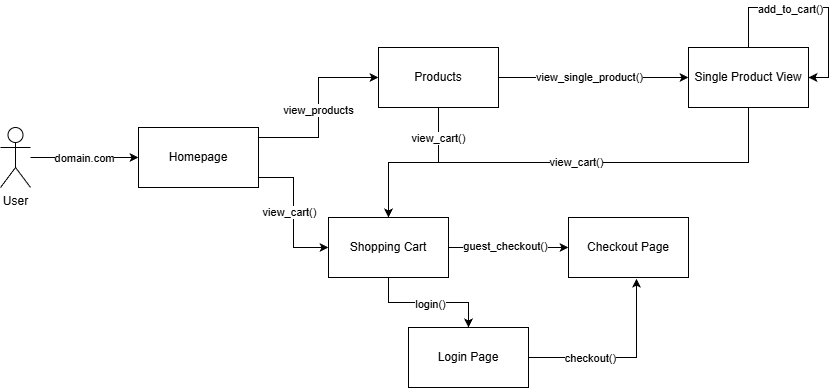
ALcsuf/362-Activity1 keeps this draw.io diagram as tied.drawio.png. Above is the earlier version. Source tidied: cells renumbered, new cells last; positions are measured from the earlier drawing's top-left corner, leaving out a move shared by most shapes. The source it was exported from:
```xml
<mxGraphModel>
  <root>
    <mxCell id="0" />
    <mxCell id="1" parent="0" />
    <mxCell id="2" style="edgeStyle=orthogonalEdgeStyle;rounded=0;jettySize=auto;html=1;entryX=0;entryY=0.5;entryDx=0;entryDy=0;" parent="1" edge="1" source="4" target="14">
      <mxGeometry relative="1" as="geometry" />
    </mxCell>
    <mxCell id="3" value="domain.com" style="edgeLabel;html=1;align=center;verticalAlign=middle;" parent="2" vertex="1">
      <mxGeometry x="-0.02" y="-4" relative="1" as="geometry">
        <mxPoint y="-4" as="offset" />
      </mxGeometry>
    </mxCell>
    <mxCell id="4" value="User" style="shape=umlActor;verticalLabelPosition=bottom;verticalAlign=top;html=1;outlineConnect=0;" parent="1" vertex="1">
      <mxGeometry y="120" width="30" height="60" as="geometry" />
    </mxCell>
    <mxCell id="5" style="edgeStyle=orthogonalEdgeStyle;rounded=0;jettySize=auto;html=1;entryX=0;entryY=0.5;entryDx=0;entryDy=0;" parent="1" edge="1" source="14" target="11">
      <mxGeometry relative="1" as="geometry">
        <Array as="points">
          <mxPoint x="318" y="130" />
          <mxPoint x="318" y="70" />
        </Array>
      </mxGeometry>
    </mxCell>
    <mxCell id="6" value="view_products" style="edgeLabel;html=1;align=center;verticalAlign=middle;" parent="5" vertex="1">
      <mxGeometry x="-0.02" y="1" relative="1" as="geometry" />
    </mxCell>
    <mxCell id="7" style="edgeStyle=orthogonalEdgeStyle;rounded=0;jettySize=auto;html=1;entryX=0;entryY=0.5;entryDx=0;entryDy=0;" parent="1" edge="1" source="11" target="19">
      <mxGeometry relative="1" as="geometry" />
    </mxCell>
    <mxCell id="8" value="view_single_product()" style="edgeLabel;html=1;align=center;verticalAlign=middle;" parent="7" vertex="1">
      <mxGeometry x="-0.05" y="1" relative="1" as="geometry" />
    </mxCell>
    <mxCell id="9" style="edgeStyle=orthogonalEdgeStyle;rounded=0;jettySize=auto;html=1;exitX=0.5;exitY=1;exitDx=0;exitDy=0;entryX=0.5;entryY=0;entryDx=0;entryDy=0;" parent="1" edge="1" source="11" target="24">
      <mxGeometry relative="1" as="geometry" />
    </mxCell>
    <mxCell id="10" value="view_cart()" style="edgeLabel;html=1;align=center;verticalAlign=middle;" parent="9" vertex="1">
      <mxGeometry x="-0.62" y="-1" relative="1" as="geometry" />
    </mxCell>
    <mxCell id="11" value="Products" style="rounded=0;whiteSpace=wrap;html=1;" parent="1" vertex="1">
      <mxGeometry x="378" y="40" width="120" height="60" as="geometry" />
    </mxCell>
    <mxCell id="12" style="edgeStyle=orthogonalEdgeStyle;rounded=0;jettySize=auto;html=1;entryX=0;entryY=0.5;entryDx=0;entryDy=0;" parent="1" edge="1" source="14" target="24">
      <mxGeometry relative="1" as="geometry">
        <Array as="points">
          <mxPoint x="293" y="170" />
          <mxPoint x="293" y="240" />
        </Array>
      </mxGeometry>
    </mxCell>
    <mxCell id="13" value="view_cart()" style="edgeLabel;html=1;align=center;verticalAlign=middle;" parent="12" vertex="1">
      <mxGeometry x="-0.02" y="-5" relative="1" as="geometry" />
    </mxCell>
    <mxCell id="14" value="Homepage" style="rounded=0;whiteSpace=wrap;html=1;" parent="1" vertex="1">
      <mxGeometry x="138" y="120" width="120" height="60" as="geometry" />
    </mxCell>
    <mxCell id="15" style="edgeStyle=orthogonalEdgeStyle;rounded=0;jettySize=auto;html=1;exitX=0.5;exitY=1;exitDx=0;exitDy=0;entryX=0.5;entryY=0;entryDx=0;entryDy=0;" parent="1" edge="1" source="19" target="24">
      <mxGeometry relative="1" as="geometry" />
    </mxCell>
    <mxCell id="16" value="view_cart()" style="edgeLabel;html=1;align=center;verticalAlign=middle;" parent="15" vertex="1">
      <mxGeometry x="-0.03" y="-1" relative="1" as="geometry" />
    </mxCell>
    <mxCell id="17" style="edgeStyle=orthogonalEdgeStyle;rounded=0;orthogonalLoop=1;jettySize=auto;html=1;entryX=1;entryY=0.5;entryDx=0;entryDy=0;" parent="1" edge="1" source="19" target="19">
      <mxGeometry relative="1" as="geometry">
        <Array as="points">
          <mxPoint x="748" />
          <mxPoint x="828" />
          <mxPoint x="828" y="70" />
        </Array>
      </mxGeometry>
    </mxCell>
    <mxCell id="18" value="add_to_cart()" style="edgeLabel;html=1;align=center;verticalAlign=middle;" parent="17" vertex="1">
      <mxGeometry x="-0.23" y="-1" relative="1" as="geometry" />
    </mxCell>
    <mxCell id="19" value="Single Product View" style="rounded=0;whiteSpace=wrap;html=1;" parent="1" vertex="1">
      <mxGeometry x="688" y="40" width="120" height="60" as="geometry" />
    </mxCell>
    <mxCell id="20" style="edgeStyle=orthogonalEdgeStyle;rounded=0;jettySize=auto;html=1;entryX=0;entryY=0.5;entryDx=0;entryDy=0;" parent="1" edge="1" source="24" target="25">
      <mxGeometry relative="1" as="geometry" />
    </mxCell>
    <mxCell id="21" value="guest_checkout()" style="edgeLabel;html=1;align=center;verticalAlign=middle;" parent="20" vertex="1">
      <mxGeometry x="-0.07" y="2" relative="1" as="geometry" />
    </mxCell>
    <mxCell id="22" style="edgeStyle=orthogonalEdgeStyle;rounded=0;jettySize=auto;html=1;exitX=0.5;exitY=1;exitDx=0;exitDy=0;entryX=0.5;entryY=0;entryDx=0;entryDy=0;" parent="1" edge="1" source="24" target="26">
      <mxGeometry relative="1" as="geometry" />
    </mxCell>
    <mxCell id="23" value="login()" style="edgeLabel;html=1;align=center;verticalAlign=middle;" parent="22" vertex="1">
      <mxGeometry x="0.02" y="-1" relative="1" as="geometry" />
    </mxCell>
    <mxCell id="24" value="Shopping Cart" style="rounded=0;whiteSpace=wrap;html=1;" parent="1" vertex="1">
      <mxGeometry x="328" y="210" width="120" height="60" as="geometry" />
    </mxCell>
    <mxCell id="25" value="Checkout Page" style="rounded=0;whiteSpace=wrap;html=1;" parent="1" vertex="1">
      <mxGeometry x="568" y="210" width="120" height="60" as="geometry" />
    </mxCell>
    <mxCell id="26" value="Login Page" style="rounded=0;whiteSpace=wrap;html=1;" parent="1" vertex="1">
      <mxGeometry x="408" y="320" width="120" height="60" as="geometry" />
    </mxCell>
    <mxCell id="27" style="edgeStyle=orthogonalEdgeStyle;rounded=0;jettySize=auto;html=1;exitX=1;exitY=0.5;exitDx=0;exitDy=0;entryX=0.567;entryY=1.02;entryDx=0;entryDy=0;entryPerimeter=0;" parent="1" edge="1" source="26" target="25">
      <mxGeometry relative="1" as="geometry" />
    </mxCell>
    <mxCell id="28" value="checkout()" style="edgeLabel;html=1;align=center;verticalAlign=middle;" parent="27" vertex="1">
      <mxGeometry x="-0.35" relative="1" as="geometry" />
    </mxCell>
  </root>
</mxGraphModel>
```
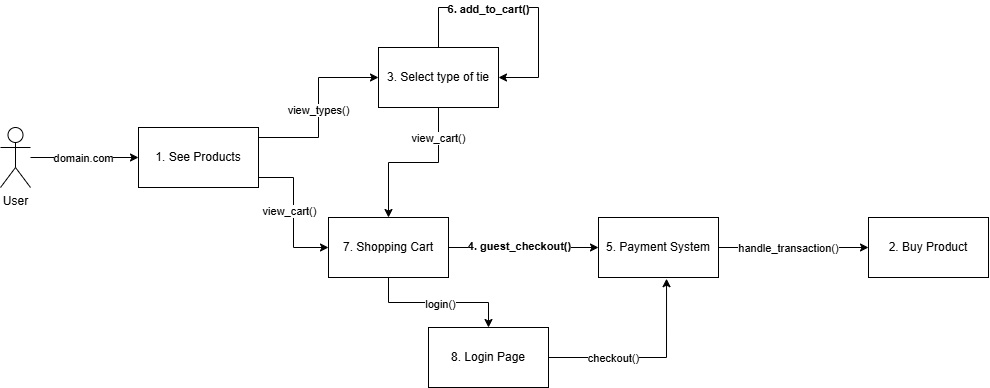
Later version of the same file.

Change to the diagram source:
```diff
@@ -13,30 +13,26 @@
     <mxCell id="4" value="User" style="shape=umlActor;verticalLabelPosition=bottom;verticalAlign=top;html=1;outlineConnect=0;" parent="1" vertex="1">
       <mxGeometry y="120" width="30" height="60" as="geometry" />
     </mxCell>
-    <mxCell id="5" style="edgeStyle=orthogonalEdgeStyle;rounded=0;jettySize=auto;html=1;entryX=0;entryY=0.5;entryDx=0;entryDy=0;" parent="1" edge="1" source="14" target="11">
+    <mxCell id="5" style="edgeStyle=orthogonalEdgeStyle;rounded=0;orthogonalLoop=1;jettySize=auto;html=1;entryX=0;entryY=0.5;entryDx=0;entryDy=0;" parent="1" edge="1">
       <mxGeometry relative="1" as="geometry">
+        <mxPoint x="258" y="130" as="sourcePoint" />
+        <mxPoint x="378" y="70" as="targetPoint" />
         <Array as="points">
           <mxPoint x="318" y="130" />
           <mxPoint x="318" y="70" />
         </Array>
       </mxGeometry>
     </mxCell>
-    <mxCell id="6" value="view_products" style="edgeLabel;html=1;align=center;verticalAlign=middle;" parent="5" vertex="1">
+    <mxCell id="6" value="view_types()" style="edgeLabel;html=1;align=center;verticalAlign=middle;" parent="5" vertex="1">
       <mxGeometry x="-0.02" y="1" relative="1" as="geometry" />
     </mxCell>
-    <mxCell id="7" style="edgeStyle=orthogonalEdgeStyle;rounded=0;jettySize=auto;html=1;entryX=0;entryY=0.5;entryDx=0;entryDy=0;" parent="1" edge="1" source="11" target="19">
-      <mxGeometry relative="1" as="geometry" />
-    </mxCell>
-    <mxCell id="8" value="view_single_product()" style="edgeLabel;html=1;align=center;verticalAlign=middle;" parent="7" vertex="1">
-      <mxGeometry x="-0.05" y="1" relative="1" as="geometry" />
-    </mxCell>
     <mxCell id="9" style="edgeStyle=orthogonalEdgeStyle;rounded=0;jettySize=auto;html=1;exitX=0.5;exitY=1;exitDx=0;exitDy=0;entryX=0.5;entryY=0;entryDx=0;entryDy=0;" parent="1" edge="1" source="11" target="24">
       <mxGeometry relative="1" as="geometry" />
     </mxCell>
     <mxCell id="10" value="view_cart()" style="edgeLabel;html=1;align=center;verticalAlign=middle;" parent="9" vertex="1">
       <mxGeometry x="-0.62" y="-1" relative="1" as="geometry" />
     </mxCell>
-    <mxCell id="11" value="Products" style="rounded=0;whiteSpace=wrap;html=1;" parent="1" vertex="1">
+    <mxCell id="11" value="3. Select type of tie" style="rounded=0;whiteSpace=wrap;html=1;" parent="1" vertex="1">
       <mxGeometry x="378" y="40" width="120" height="60" as="geometry" />
     </mxCell>
     <mxCell id="12" style="edgeStyle=orthogonalEdgeStyle;rounded=0;jettySize=auto;html=1;entryX=0;entryY=0.5;entryDx=0;entryDy=0;" parent="1" edge="1" source="14" target="24">
@@ -50,34 +46,27 @@
     <mxCell id="13" value="view_cart()" style="edgeLabel;html=1;align=center;verticalAlign=middle;" parent="12" vertex="1">
       <mxGeometry x="-0.02" y="-5" relative="1" as="geometry" />
     </mxCell>
-    <mxCell id="14" value="Homepage" style="rounded=0;whiteSpace=wrap;html=1;" parent="1" vertex="1">
+    <mxCell id="14" value="1. See Products" style="rounded=0;whiteSpace=wrap;html=1;" parent="1" vertex="1">
       <mxGeometry x="138" y="120" width="120" height="60" as="geometry" />
     </mxCell>
-    <mxCell id="15" style="edgeStyle=orthogonalEdgeStyle;rounded=0;jettySize=auto;html=1;exitX=0.5;exitY=1;exitDx=0;exitDy=0;entryX=0.5;entryY=0;entryDx=0;entryDy=0;" parent="1" edge="1" source="19" target="24">
-      <mxGeometry relative="1" as="geometry" />
-    </mxCell>
-    <mxCell id="16" value="view_cart()" style="edgeLabel;html=1;align=center;verticalAlign=middle;" parent="15" vertex="1">
-      <mxGeometry x="-0.03" y="-1" relative="1" as="geometry" />
-    </mxCell>
-    <mxCell id="17" style="edgeStyle=orthogonalEdgeStyle;rounded=0;orthogonalLoop=1;jettySize=auto;html=1;entryX=1;entryY=0.5;entryDx=0;entryDy=0;" parent="1" edge="1" source="19" target="19">
+    <mxCell id="17" style="edgeStyle=orthogonalEdgeStyle;rounded=0;orthogonalLoop=1;jettySize=auto;html=1;entryX=1;entryY=0.5;entryDx=0;entryDy=0;exitX=0.5;exitY=0;exitDx=0;exitDy=0;" parent="1" edge="1" source="11" target="11">
       <mxGeometry relative="1" as="geometry">
         <Array as="points">
-          <mxPoint x="748" />
-          <mxPoint x="828" />
-          <mxPoint x="828" y="70" />
+          <mxPoint x="488" />
+          <mxPoint x="538" />
+          <mxPoint x="538" y="100" />
         </Array>
       </mxGeometry>
     </mxCell>
-    <mxCell id="18" value="add_to_cart()" style="edgeLabel;html=1;align=center;verticalAlign=middle;" parent="17" vertex="1">
-      <mxGeometry x="-0.23" y="-1" relative="1" as="geometry" />
+    <mxCell id="18" value="&lt;b&gt;6. add_to_cart()&lt;/b&gt;" style="edgeLabel;html=1;align=center;verticalAlign=middle;" parent="17" vertex="1">
+      <mxGeometry x="-0.23" y="-1" relative="1" as="geometry">
+        <mxPoint x="-7" as="offset" />
+      </mxGeometry>
     </mxCell>
-    <mxCell id="19" value="Single Product View" style="rounded=0;whiteSpace=wrap;html=1;" parent="1" vertex="1">
-      <mxGeometry x="688" y="40" width="120" height="60" as="geometry" />
-    </mxCell>
     <mxCell id="20" style="edgeStyle=orthogonalEdgeStyle;rounded=0;jettySize=auto;html=1;entryX=0;entryY=0.5;entryDx=0;entryDy=0;" parent="1" edge="1" source="24" target="25">
       <mxGeometry relative="1" as="geometry" />
     </mxCell>
-    <mxCell id="21" value="guest_checkout()" style="edgeLabel;html=1;align=center;verticalAlign=middle;" parent="20" vertex="1">
+    <mxCell id="21" value="&lt;b&gt;4. guest_checkout()&lt;/b&gt;" style="edgeLabel;html=1;align=center;verticalAlign=middle;" parent="20" vertex="1">
       <mxGeometry x="-0.07" y="2" relative="1" as="geometry" />
     </mxCell>
     <mxCell id="22" style="edgeStyle=orthogonalEdgeStyle;rounded=0;jettySize=auto;html=1;exitX=0.5;exitY=1;exitDx=0;exitDy=0;entryX=0.5;entryY=0;entryDx=0;entryDy=0;" parent="1" edge="1" source="24" target="26">
@@ -86,14 +75,22 @@
     <mxCell id="23" value="login()" style="edgeLabel;html=1;align=center;verticalAlign=middle;" parent="22" vertex="1">
       <mxGeometry x="0.02" y="-1" relative="1" as="geometry" />
     </mxCell>
-    <mxCell id="24" value="Shopping Cart" style="rounded=0;whiteSpace=wrap;html=1;" parent="1" vertex="1">
+    <mxCell id="24" value="7. Shopping Cart" style="rounded=0;whiteSpace=wrap;html=1;" parent="1" vertex="1">
       <mxGeometry x="328" y="210" width="120" height="60" as="geometry" />
     </mxCell>
+    <mxCell id="29" style="edgeStyle=orthogonalEdgeStyle;rounded=0;jettySize=auto;html=1;" parent="1" edge="1" source="25" target="31">
+      <mxGeometry relative="1" as="geometry" />
+    </mxCell>
+    <mxCell id="30" value="handle_transaction()" style="edgeLabel;html=1;align=center;verticalAlign=middle;" parent="29" vertex="1">
+      <mxGeometry x="-0.26" relative="1" as="geometry">
+        <mxPoint x="14" as="offset" />
+      </mxGeometry>
+    </mxCell>
-    <mxCell id="25" value="Checkout Page" style="rounded=0;whiteSpace=wrap;html=1;" parent="1" vertex="1">
-      <mxGeometry x="568" y="210" width="120" height="60" as="geometry" />
+    <mxCell id="25" value="5. Payment System" style="rounded=0;whiteSpace=wrap;html=1;" parent="1" vertex="1">
+      <mxGeometry x="598" y="210" width="120" height="60" as="geometry" />
     </mxCell>
-    <mxCell id="26" value="Login Page" style="rounded=0;whiteSpace=wrap;html=1;" parent="1" vertex="1">
-      <mxGeometry x="408" y="320" width="120" height="60" as="geometry" />
+    <mxCell id="26" value="8. Login Page" style="rounded=0;whiteSpace=wrap;html=1;" parent="1" vertex="1">
+      <mxGeometry x="428" y="320" width="120" height="60" as="geometry" />
     </mxCell>
     <mxCell id="27" style="edgeStyle=orthogonalEdgeStyle;rounded=0;jettySize=auto;html=1;exitX=1;exitY=0.5;exitDx=0;exitDy=0;entryX=0.567;entryY=1.02;entryDx=0;entryDy=0;entryPerimeter=0;" parent="1" edge="1" source="26" target="25">
       <mxGeometry relative="1" as="geometry" />
@@ -101,5 +98,8 @@
     <mxCell id="28" value="checkout()" style="edgeLabel;html=1;align=center;verticalAlign=middle;" parent="27" vertex="1">
       <mxGeometry x="-0.35" relative="1" as="geometry" />
     </mxCell>
+    <mxCell id="31" value="2. Buy Product" style="rounded=0;whiteSpace=wrap;html=1;" parent="1" vertex="1">
+      <mxGeometry x="868" y="210" width="120" height="60" as="geometry" />
+    </mxCell>
   </root>
 </mxGraphModel>
```
